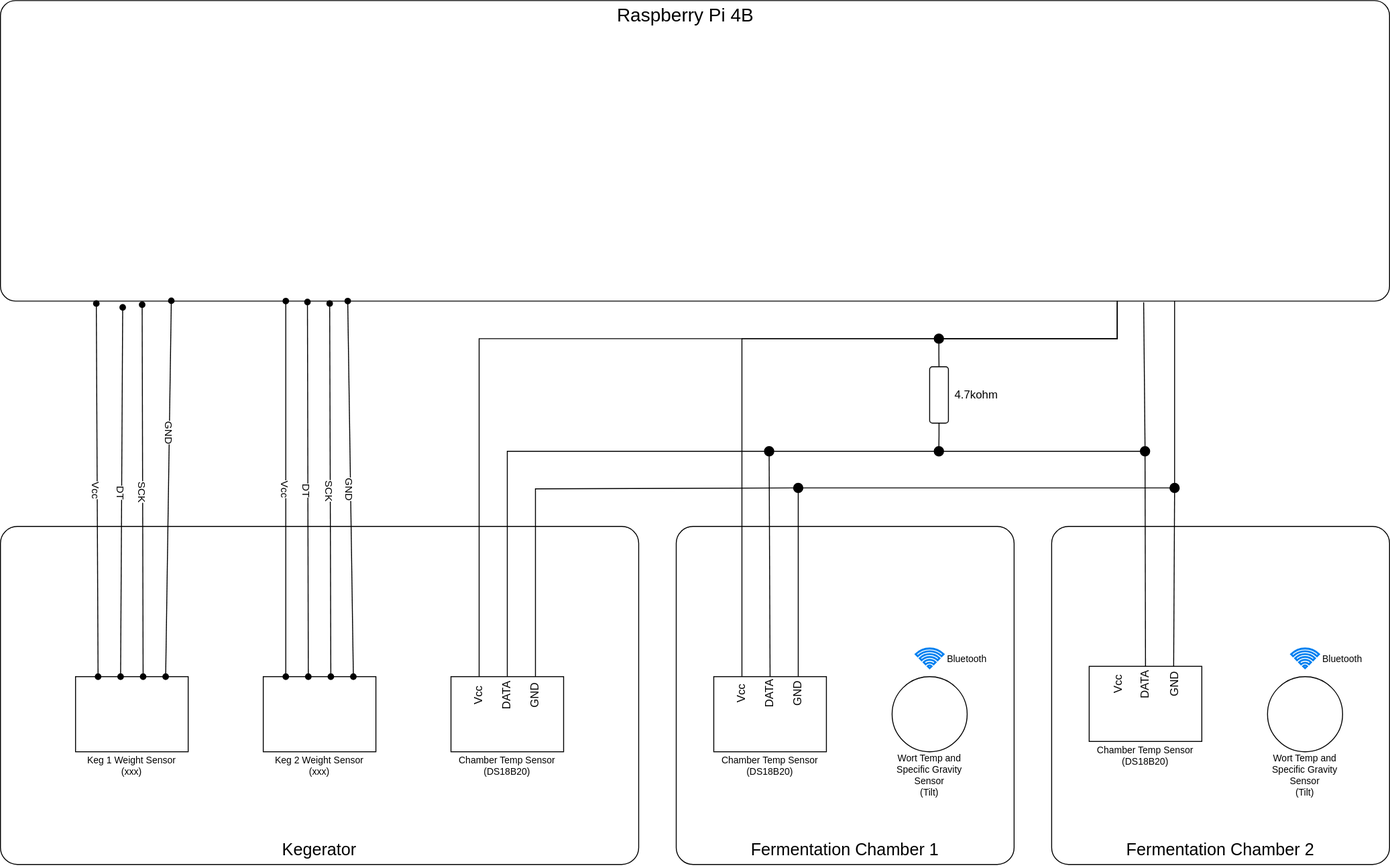
This is BreweryMonitor.drawio.svg from austinshinkle/OB_BreweryMonitor, a draw.io export, as it was before one commit. Source tidied: cells renumbered, new cells last; positions are measured from the earlier drawing's top-left corner, leaving out a move shared by most shapes.
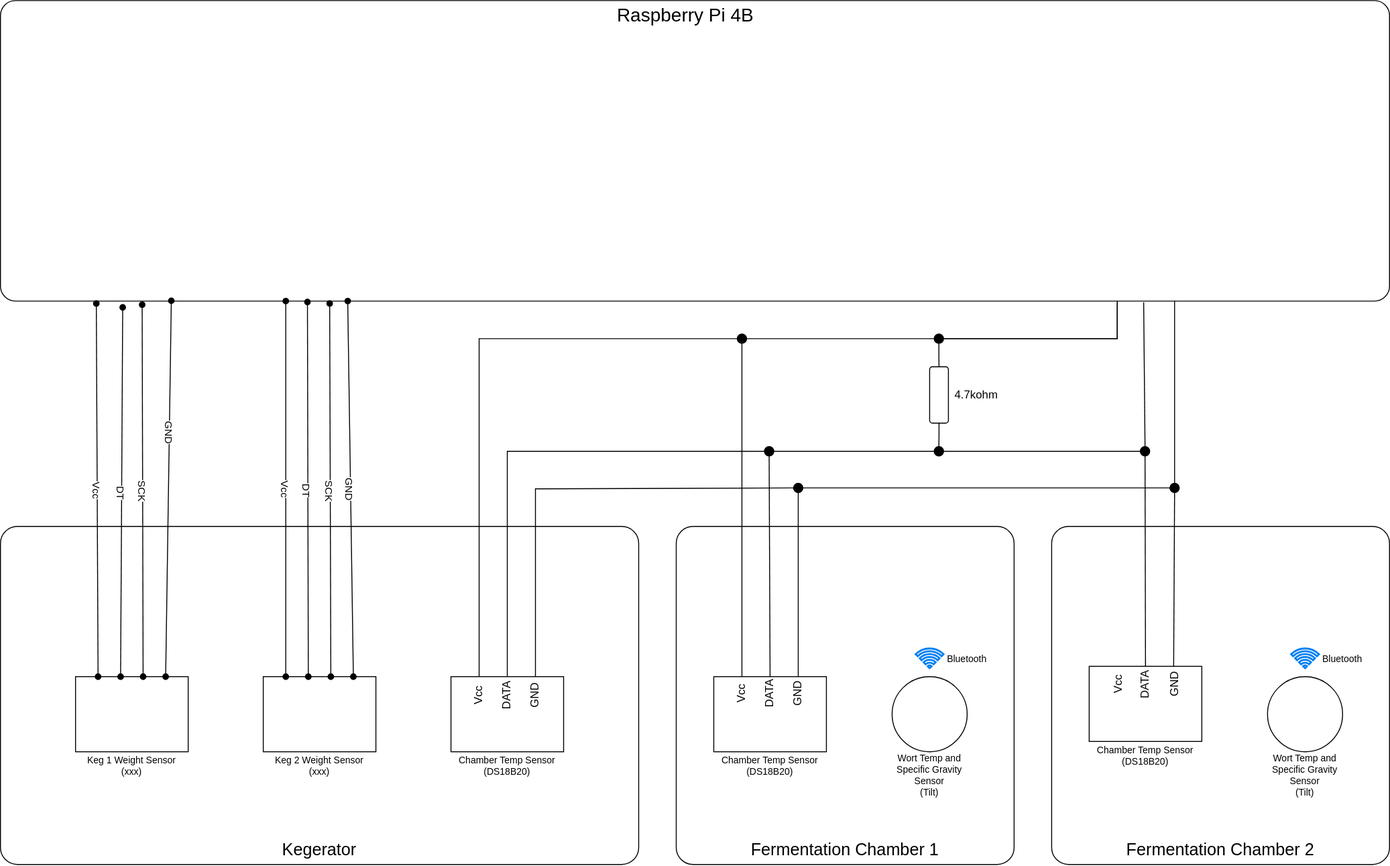
The same file after the commit.

The edit, as a diff of the source:
```diff
@@ -117,12 +117,8 @@
     <mxCell id="38" style="endArrow=none;html=1;rounded=0;entryX=0.75;entryY=0;entryDx=0;entryDy=0;edgeStyle=elbowEdgeStyle;elbow=vertical;jumpStyle=none;startArrow=none;startFill=0;endFill=0;" parent="1" edge="1" source="65" target="36">
       <mxGeometry relative="1" as="geometry" />
     </mxCell>
-    <mxCell id="39" style="endArrow=none;html=1;rounded=0;entryX=0.25;entryY=0;entryDx=0;entryDy=0;edgeStyle=elbowEdgeStyle;elbow=vertical;exitX=0.804;exitY=1.004;exitDx=0;exitDy=0;exitPerimeter=0;jumpStyle=none;startArrow=none;startFill=0;endFill=0;" parent="1" edge="1" source="2" target="36">
-      <mxGeometry relative="1" as="geometry">
-        <Array as="points">
-          <mxPoint x="1020" y="360" />
-        </Array>
-      </mxGeometry>
+    <mxCell id="39" style="endArrow=none;html=1;rounded=0;entryX=0.25;entryY=0;entryDx=0;entryDy=0;edgeStyle=elbowEdgeStyle;elbow=vertical;jumpStyle=none;startArrow=none;startFill=0;endFill=0;exitX=0.5;exitY=1;exitDx=0;exitDy=0;" parent="1" edge="1" source="78" target="36">
+      <mxGeometry relative="1" as="geometry" />
     </mxCell>
     <mxCell id="40" value="&lt;div&gt;Keg 1 Weight Sensor&lt;/div&gt;&lt;div&gt;(xxx)&lt;br&gt;&lt;/div&gt;" style="text;html=1;align=center;verticalAlign=middle;whiteSpace=wrap;rounded=0;fontSize=10;" parent="1" vertex="1">
       <mxGeometry x="80" y="800" width="120" height="30" as="geometry" />
@@ -140,11 +136,10 @@
         </Array>
       </mxGeometry>
     </mxCell>
-    <mxCell id="44" style="endArrow=none;html=1;rounded=0;entryX=0.25;entryY=0;entryDx=0;entryDy=0;startArrow=none;startFill=0;endFill=0;edgeStyle=elbowEdgeStyle;elbow=vertical;jumpStyle=none;" parent="1" edge="1" target="41">
+    <mxCell id="44" style="endArrow=none;html=1;rounded=0;entryX=0.25;entryY=0;entryDx=0;entryDy=0;startArrow=none;startFill=0;endFill=0;edgeStyle=elbowEdgeStyle;elbow=vertical;jumpStyle=none;exitX=0;exitY=0.5;exitDx=0;exitDy=0;" parent="1" edge="1" source="78" target="41">
       <mxGeometry relative="1" as="geometry">
-        <mxPoint x="1190" y="320" as="sourcePoint" />
         <Array as="points">
-          <mxPoint x="870" y="360" />
+          <mxPoint x="610" y="360" />
         </Array>
       </mxGeometry>
     </mxCell>
@@ -261,5 +256,15 @@
     <mxCell id="76" style="endArrow=none;html=1;rounded=0;startArrow=none;startFill=0;endFill=0;edgeStyle=elbowEdgeStyle;elbow=vertical;jumpStyle=none;exitX=0.5;exitY=1;exitDx=0;exitDy=0;entryX=1;entryY=0.5;entryDx=0;entryDy=0;" parent="1" edge="1" source="75" target="60">
       <mxGeometry relative="1" as="geometry" />
     </mxCell>
+    <mxCell id="77" style="endArrow=none;html=1;rounded=0;entryX=1;entryY=0.5;entryDx=0;entryDy=0;edgeStyle=elbowEdgeStyle;elbow=vertical;exitX=0.804;exitY=1.004;exitDx=0;exitDy=0;exitPerimeter=0;jumpStyle=none;startArrow=none;startFill=0;endFill=0;" parent="1" edge="1" source="2" target="78">
+      <mxGeometry relative="1" as="geometry">
+        <Array as="points">
+          <mxPoint x="1020" y="360" />
+        </Array>
+      </mxGeometry>
+    </mxCell>
+    <mxCell id="78" style="ellipse;whiteSpace=wrap;html=1;fillColor=#000000;" parent="1" vertex="1">
+      <mxGeometry x="785" y="355" width="10" height="10" as="geometry" />
+    </mxCell>
   </root>
 </mxGraphModel>
```
